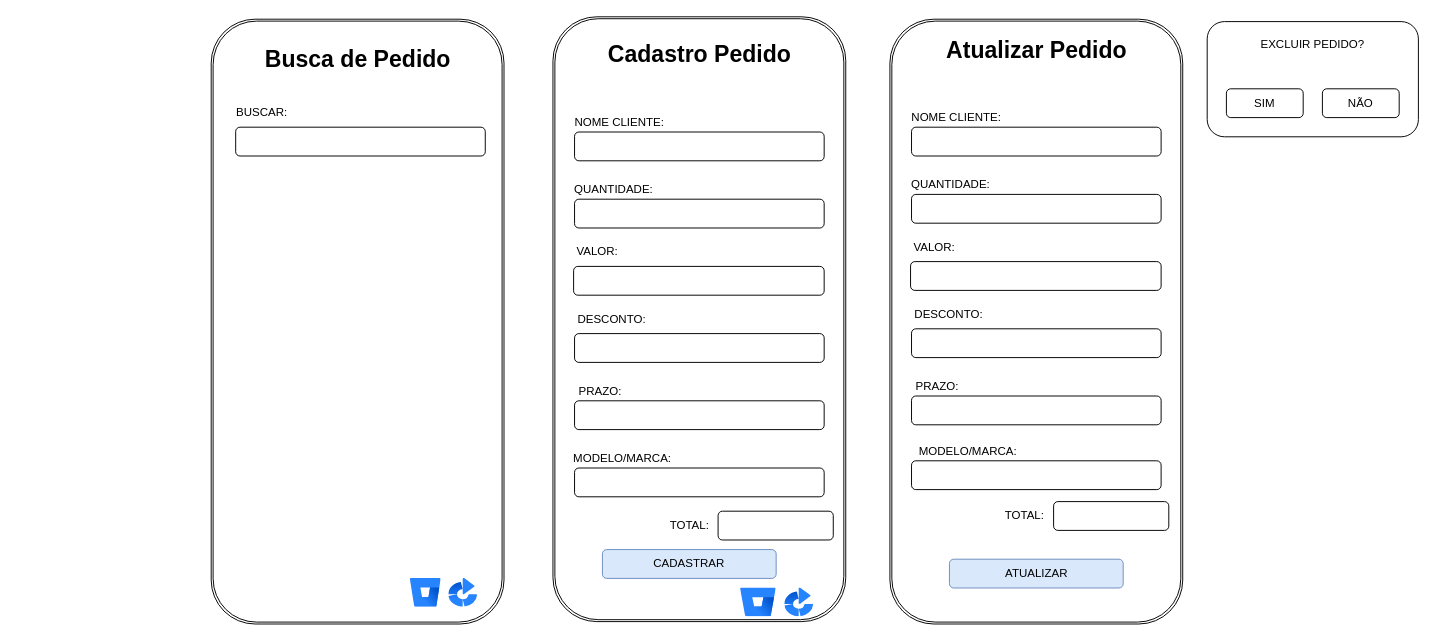
Earlier version of the draw.io diagram page "Página-2" (2 of 4) of DOC/tela.drawio (rafaelareisilva/avatar.app). Source tidied: cells renumbered, new cells numbered last; positions are measured from the earlier drawing's top-left corner, leaving out a move shared by most shapes. Both pictures are drawn from the tidied source at 96%, with x=0, y=0 at pixel (55, 21).
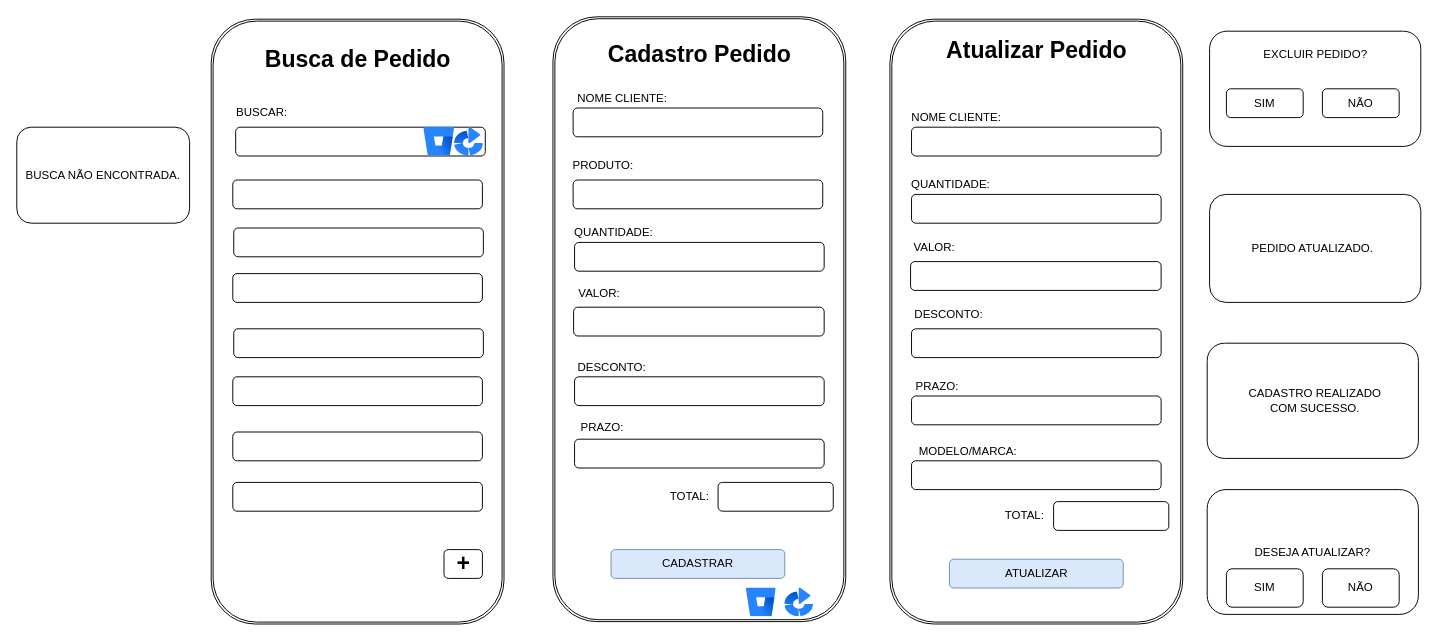
After the change.

The edit, as a diff of the source:
```diff
@@
     <mxCell id="17" value="EXCLUIR PEDIDO?&lt;div&gt;&lt;br&gt;&lt;/div&gt;&lt;div&gt;&lt;br&gt;&lt;/div&gt;&lt;div&gt;&lt;br&gt;&lt;/div&gt;&lt;div&gt;&lt;br&gt;&lt;/div&gt;&lt;div&gt;&lt;br&gt;&lt;/div&gt;" style="rounded=1;whiteSpace=wrap;html=1;" parent="1" vertex="1">
-      <mxGeometry x="1200" width="220" height="120" as="geometry" />
+      <mxGeometry x="1202.5" y="10" width="220" height="120" as="geometry" />
     </mxCell>
@@
     <mxCell id="21" style="rounded=1;whiteSpace=wrap;html=1;" parent="1" vertex="1">
-      <mxGeometry x="541" y="115" width="260" height="30" as="geometry" />
+      <mxGeometry x="539.5" y="90" width="260" height="30" as="geometry" />
     </mxCell>
     <mxCell id="22" value="NOME CLIENTE:" style="text;html=1;align=center;verticalAlign=middle;whiteSpace=wrap;rounded=0;" parent="1" vertex="1">
-      <mxGeometry x="538" y="95" width="100" height="20" as="geometry" />
+      <mxGeometry x="541" y="70" width="100" height="20" as="geometry" />
     </mxCell>
@@
     <mxCell id="24" value="QUANTIDADE:" style="text;html=1;align=center;verticalAlign=middle;whiteSpace=wrap;rounded=0;" parent="1" vertex="1">
-      <mxGeometry x="560" y="165" width="44" height="20" as="geometry" />
+      <mxGeometry x="560" y="210" width="44" height="20" as="geometry" />
     </mxCell>
     <mxCell id="25" style="rounded=1;whiteSpace=wrap;html=1;" parent="1" vertex="1">
-      <mxGeometry x="540" y="255" width="261" height="30" as="geometry" />
+      <mxGeometry x="540" y="297.5" width="261" height="30" as="geometry" />
     </mxCell>
     <mxCell id="26" value="VALOR:" style="text;html=1;align=center;verticalAlign=middle;whiteSpace=wrap;rounded=0;" parent="1" vertex="1">
-      <mxGeometry x="530" y="225" width="70" height="30" as="geometry" />
+      <mxGeometry x="532" y="267.5" width="70" height="30" as="geometry" />
     </mxCell>
@@
     <mxCell id="28" value="CADASTRAR" style="rounded=1;whiteSpace=wrap;html=1;fillColor=#dae8fc;strokeColor=#6c8ebf;" parent="1" vertex="1">
-      <mxGeometry x="570" y="550" width="181" height="30" as="geometry" />
+      <mxGeometry x="579" y="550" width="181" height="30" as="geometry" />
     </mxCell>
     <mxCell id="29" style="rounded=1;whiteSpace=wrap;html=1;" parent="1" vertex="1">
-      <mxGeometry x="541" y="185" width="260" height="30" as="geometry" />
+      <mxGeometry x="541" y="230" width="260" height="30" as="geometry" />
     </mxCell>
     <mxCell id="30" style="rounded=1;whiteSpace=wrap;html=1;" parent="1" vertex="1">
-      <mxGeometry x="541" y="325" width="260" height="30" as="geometry" />
+      <mxGeometry x="541" y="370" width="260" height="30" as="geometry" />
     </mxCell>
     <mxCell id="31" value="DESCONTO:" style="text;html=1;align=center;verticalAlign=middle;whiteSpace=wrap;rounded=0;" parent="1" vertex="1">
-      <mxGeometry x="530" y="295" width="100" height="30" as="geometry" />
+      <mxGeometry x="530" y="345" width="100" height="30" as="geometry" />
     </mxCell>
     <mxCell id="32" style="rounded=1;whiteSpace=wrap;html=1;" parent="1" vertex="1">
-      <mxGeometry x="541" y="395" width="260" height="30" as="geometry" />
+      <mxGeometry x="541" y="435" width="260" height="30" as="geometry" />
     </mxCell>
     <mxCell id="33" value="PRAZO:" style="text;html=1;align=center;verticalAlign=middle;whiteSpace=wrap;rounded=0;" parent="1" vertex="1">
-      <mxGeometry x="538" y="375" width="60" height="20" as="geometry" />
+      <mxGeometry x="540" y="412.5" width="60" height="20" as="geometry" />
     </mxCell>
     <mxCell id="34" style="image;html=1;image=img/lib/atlassian/Bitbucket_Logo.svg;" parent="1" vertex="1">
-      <mxGeometry x="714" y="590" width="37" height="30" as="geometry" />
+      <mxGeometry x="720" y="590" width="31" height="30" as="geometry" />
     </mxCell>
     <mxCell id="35" style="rounded=1;whiteSpace=wrap;html=1;" parent="1" vertex="1">
-      <mxGeometry x="690.5" y="510" width="120" height="30" as="geometry" />
+      <mxGeometry x="690.5" y="480" width="120" height="30" as="geometry" />
     </mxCell>
     <mxCell id="36" value="TOTAL:" style="text;html=1;align=center;verticalAlign=middle;whiteSpace=wrap;rounded=0;" parent="1" vertex="1">
-      <mxGeometry x="630.5" y="510" width="60" height="30" as="geometry" />
+      <mxGeometry x="630.5" y="480" width="60" height="30" as="geometry" />
     </mxCell>
@@
-    <mxCell id="41" style="rounded=1;whiteSpace=wrap;html=1;" parent="1" vertex="1">
-      <mxGeometry x="541" y="465" width="260" height="30" as="geometry" />
-    </mxCell>
-    <mxCell id="42" value="MODELO/MARCA:" style="text;html=1;align=center;verticalAlign=middle;whiteSpace=wrap;rounded=0;" parent="1" vertex="1">
-      <mxGeometry x="561" y="440" width="60" height="30" as="geometry" />
-    </mxCell>
@@
     <mxCell id="45" style="image;html=1;image=img/lib/atlassian/Bitbucket_Logo.svg;" parent="1" vertex="1">
-      <mxGeometry x="370" y="580" width="32" height="30" as="geometry" />
+      <mxGeometry x="384" y="110" width="32" height="30" as="geometry" />
     </mxCell>
     <mxCell id="46" style="image;html=1;image=img/lib/atlassian/Bamboo_Logo.svg;" parent="1" vertex="1">
-      <mxGeometry x="410" y="580" width="30" height="30" as="geometry" />
+      <mxGeometry x="416" y="110" width="30" height="30" as="geometry" />
     </mxCell>
+    <mxCell id="47" style="rounded=1;whiteSpace=wrap;html=1;" parent="1" vertex="1">
+      <mxGeometry x="1202.5" y="180" width="220" height="112.5" as="geometry" />
+    </mxCell>
+    <mxCell id="48" value="PEDIDO ATUALIZADO." style="text;html=1;align=center;verticalAlign=middle;whiteSpace=wrap;rounded=0;" parent="1" vertex="1">
+      <mxGeometry x="1225" y="221.2" width="170" height="30" as="geometry" />
+    </mxCell>
+    <mxCell id="49" style="rounded=1;whiteSpace=wrap;html=1;" parent="1" vertex="1">
+      <mxGeometry x="1200" y="335" width="220" height="120" as="geometry" />
+    </mxCell>
+    <mxCell id="50" value="CADASTRO REALIZADO COM SUCESSO." style="text;html=1;align=center;verticalAlign=middle;whiteSpace=wrap;rounded=0;" parent="1" vertex="1">
+      <mxGeometry x="1235" y="375" width="155" height="40" as="geometry" />
+    </mxCell>
+    <mxCell id="51" value="BUSCA NÃO ENCONTRADA." style="rounded=1;whiteSpace=wrap;html=1;" parent="1" vertex="1">
+      <mxGeometry x="-40" y="110" width="180" height="100" as="geometry" />
+    </mxCell>
+    <mxCell id="52" value="DESEJA ATUALIZAR?" style="rounded=1;whiteSpace=wrap;html=1;" parent="1" vertex="1">
+      <mxGeometry x="1200" y="487.5" width="220" height="130" as="geometry" />
+    </mxCell>
+    <mxCell id="53" style="rounded=1;whiteSpace=wrap;html=1;" parent="1" vertex="1">
+      <mxGeometry x="185" y="165" width="260" height="30" as="geometry" />
+    </mxCell>
+    <mxCell id="54" style="rounded=1;whiteSpace=wrap;html=1;" parent="1" vertex="1">
+      <mxGeometry x="186" y="215" width="260" height="30" as="geometry" />
+    </mxCell>
+    <mxCell id="55" style="rounded=1;whiteSpace=wrap;html=1;" parent="1" vertex="1">
+      <mxGeometry x="185" y="262.5" width="260" height="30" as="geometry" />
+    </mxCell>
+    <mxCell id="56" style="rounded=1;whiteSpace=wrap;html=1;" parent="1" vertex="1">
+      <mxGeometry x="186" y="320" width="260" height="30" as="geometry" />
+    </mxCell>
+    <mxCell id="57" style="rounded=1;whiteSpace=wrap;html=1;" parent="1" vertex="1">
+      <mxGeometry x="185" y="370" width="260" height="30" as="geometry" />
+    </mxCell>
+    <mxCell id="58" style="rounded=1;whiteSpace=wrap;html=1;" parent="1" vertex="1">
+      <mxGeometry x="185" y="427.5" width="260" height="30" as="geometry" />
+    </mxCell>
+    <mxCell id="59" style="rounded=1;whiteSpace=wrap;html=1;" parent="1" vertex="1">
+      <mxGeometry x="185" y="480" width="260" height="30" as="geometry" />
+    </mxCell>
+    <mxCell id="60" style="rounded=1;whiteSpace=wrap;html=1;" parent="1" vertex="1">
+      <mxGeometry x="405" y="550" width="40" height="30" as="geometry" />
+    </mxCell>
+    <mxCell id="61" value="+" style="text;strokeColor=none;fillColor=none;html=1;fontSize=24;fontStyle=1;verticalAlign=middle;align=center;" parent="1" vertex="1">
+      <mxGeometry x="375" y="545" width="100" height="40" as="geometry" />
+    </mxCell>
+    <mxCell id="62" value="SIM" style="rounded=1;whiteSpace=wrap;html=1;" parent="1" vertex="1">
+      <mxGeometry x="1220" y="570" width="80" height="40" as="geometry" />
+    </mxCell>
+    <mxCell id="63" value="NÃO" style="rounded=1;whiteSpace=wrap;html=1;" parent="1" vertex="1">
+      <mxGeometry x="1320" y="570" width="80" height="40" as="geometry" />
+    </mxCell>
+    <mxCell id="64" style="rounded=1;whiteSpace=wrap;html=1;" parent="1" vertex="1">
+      <mxGeometry x="539.5" y="165" width="260" height="30" as="geometry" />
+    </mxCell>
+    <mxCell id="65" value="PRODUTO:" style="text;html=1;align=center;verticalAlign=middle;whiteSpace=wrap;rounded=0;" parent="1" vertex="1">
+      <mxGeometry x="541" y="135" width="60" height="30" as="geometry" />
+    </mxCell>
```
